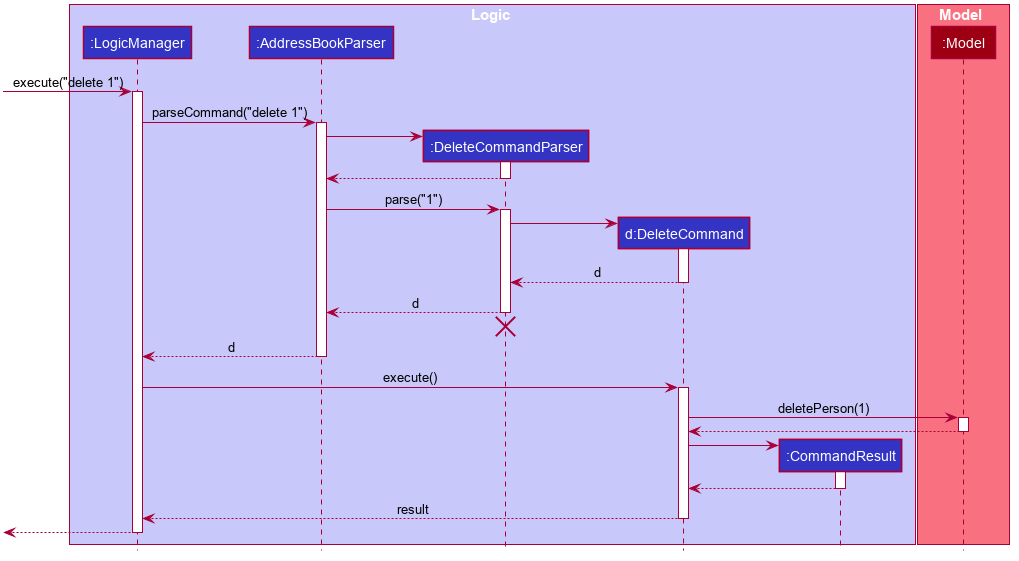
nus-cs2103-AY2021S2/tp keeps this PlantUML diagram as docs/images/DeleteSequenceDiagram.png. Above is the earlier version.
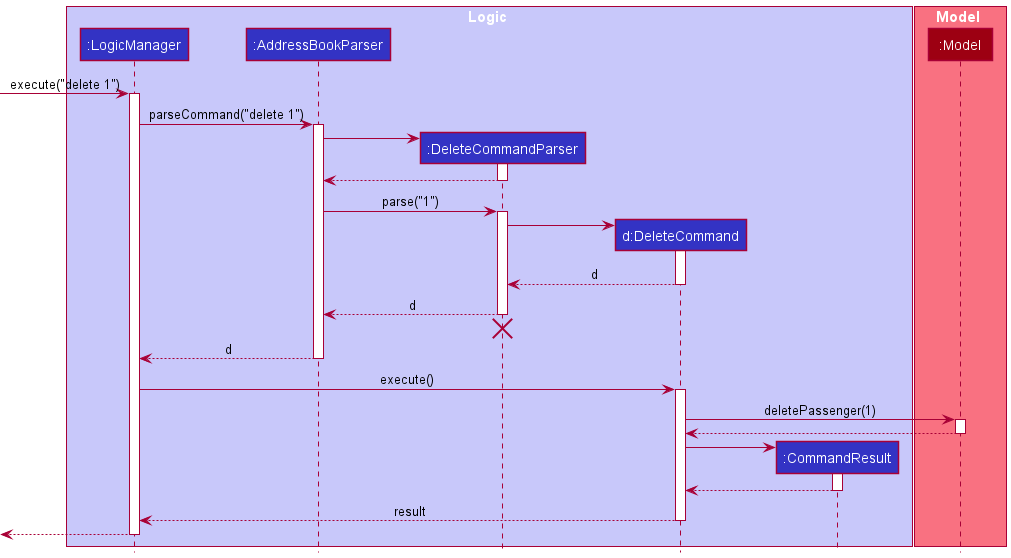
After the commit.

What changed in the source:
```diff
@@ -1,63 +1,16 @@
 @startuml
+!include style.puml
 
-
-
-
-
-
-
-
-skinparam BackgroundColor #FFFFFFF
-
-skinparam Shadowing false
-
-skinparam Class {
-    FontColor #FFFFFF
-    BorderThickness 1
-    BorderColor #FFFFFF
-    StereotypeFontColor #FFFFFF
-    FontName Arial
-}
-
-skinparam Actor {
-    BorderColor #000000
-    Color #000000
-    FontName Arial
-}
-
-skinparam Sequence {
-    MessageAlign center
-    BoxFontSize 15
-    BoxPadding 0
-    BoxFontColor #FFFFFF
-    FontName Arial
-}
-
-skinparam Participant {
-    FontColor #FFFFFFF
-    Padding 20
-}
-
-skinparam MinClassWidth 50
-skinparam ParticipantPadding 10
-skinparam Shadowing false
-skinparam DefaultTextAlignment center
-skinparam packageStyle Rectangle
-
-hide footbox
-hide members
-hide circle
-
-box Logic #C8C8FA
-participant ":LogicManager" as LogicManager #3333C4
-participant ":AddressBookParser" as AddressBookParser #3333C4
-participant ":DeleteCommandParser" as DeleteCommandParser #3333C4
-participant "d:DeleteCommand" as DeleteCommand #3333C4
-participant ":CommandResult" as CommandResult #3333C4
+box Logic LOGIC_COLOR_T1
+participant ":LogicManager" as LogicManager LOGIC_COLOR
+participant ":AddressBookParser" as AddressBookParser LOGIC_COLOR
+participant ":DeleteCommandParser" as DeleteCommandParser LOGIC_COLOR
+participant "d:DeleteCommand" as DeleteCommand LOGIC_COLOR
+participant ":CommandResult" as CommandResult LOGIC_COLOR
 end box
 
-box Model #F97181
-participant ":Model" as Model #9D0012
+box Model MODEL_COLOR_T1
+participant ":Model" as Model MODEL_COLOR
 end box
 
 [-> LogicManager : execute("delete 1")
@@ -94,7 +47,7 @@
 LogicManager -> DeleteCommand : execute()
 activate DeleteCommand
 
-DeleteCommand -> Model : deletePerson(1)
+DeleteCommand -> Model : deletePassenger(1)
 activate Model
 
 Model --> DeleteCommand
```
